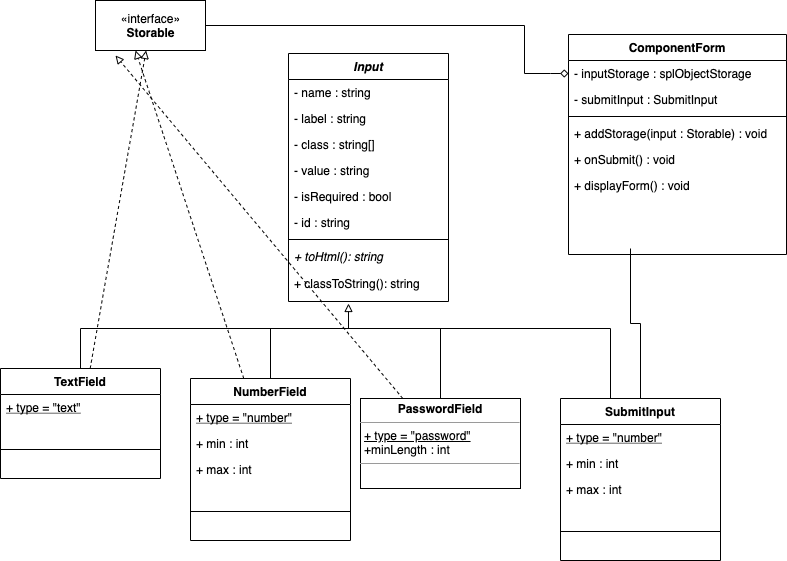
Earlier version of the draw.io export week05_SOLID/02-SOLID/form/docs/diagram.png (benoit82/3wa_lead_dev). Source tidied: cells renumbered, new cells last; positions are measured from the earlier drawing's top-left corner, leaving out a move shared by most shapes.
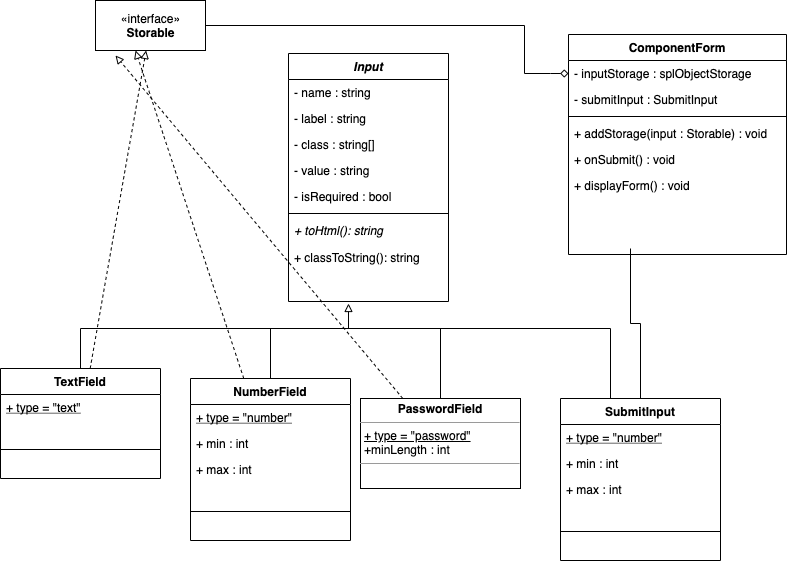
After the change.

Diff of the diagram source:
```diff
@@ -29,17 +29,14 @@
     <mxCell id="8" value="- isRequired : bool" style="text;align=left;verticalAlign=top;spacingLeft=4;spacingRight=4;overflow=hidden;rounded=0;shadow=0;html=0;" parent="3" vertex="1">
       <mxGeometry y="130" width="160" height="26" as="geometry" />
     </mxCell>
-    <mxCell id="9" value="- id : string" style="text;align=left;verticalAlign=top;spacingLeft=4;spacingRight=4;overflow=hidden;rounded=0;shadow=0;html=0;" parent="3" vertex="1">
-      <mxGeometry y="156" width="160" height="26" as="geometry" />
-    </mxCell>
     <mxCell id="10" style="line;html=1;strokeWidth=1;align=left;verticalAlign=middle;spacingTop=-1;spacingLeft=3;spacingRight=3;labelPosition=right;" parent="3" vertex="1">
-      <mxGeometry y="182" width="160" height="8" as="geometry" />
+      <mxGeometry y="156" width="160" height="8" as="geometry" />
     </mxCell>
     <mxCell id="11" value="+ toHtml(): string" style="text;align=left;verticalAlign=top;spacingLeft=4;spacingRight=4;overflow=hidden;fontStyle=2;" parent="3" vertex="1">
-      <mxGeometry y="190" width="160" height="27" as="geometry" />
+      <mxGeometry y="164" width="160" height="27" as="geometry" />
     </mxCell>
     <mxCell id="12" value="+ classToString(): string" style="text;align=left;verticalAlign=top;spacingLeft=4;spacingRight=4;overflow=hidden;rounded=0;shadow=0;html=0;" parent="3" vertex="1">
-      <mxGeometry y="217" width="160" height="26" as="geometry" />
+      <mxGeometry y="191" width="160" height="26" as="geometry" />
     </mxCell>
     <mxCell id="13" value="ComponentForm" style="swimlane;fontStyle=1;align=center;verticalAlign=top;horizontal=1;startSize=26;rounded=0;shadow=0;strokeWidth=1;" parent="1" vertex="1">
       <mxGeometry x="568" y="34" width="218" height="220" as="geometry" />
```
